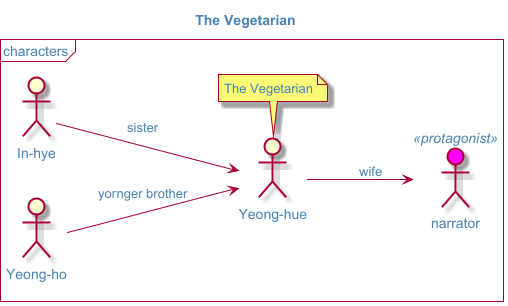
Earlier version of the PlantUML export The Vegetarian/The Vegetarian-The_Vegetarian.png (olek3/reading).
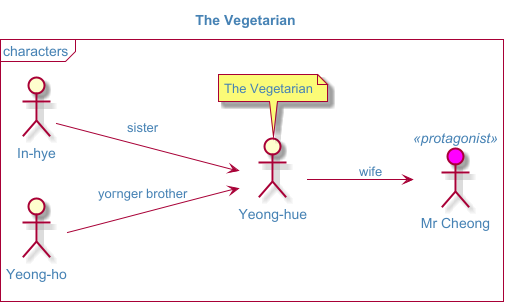
The same file after the commit.

The edit, as a diff of the source:
```diff
@@ -9,7 +9,7 @@
 mainframe characters
 
 
-:narrator: as narrator <<protagonist>>
+:Mr Cheong: as narrator <<protagonist>>
 
 :Yeong-hue: as vegetarian
 note top : The Vegetarian
```
